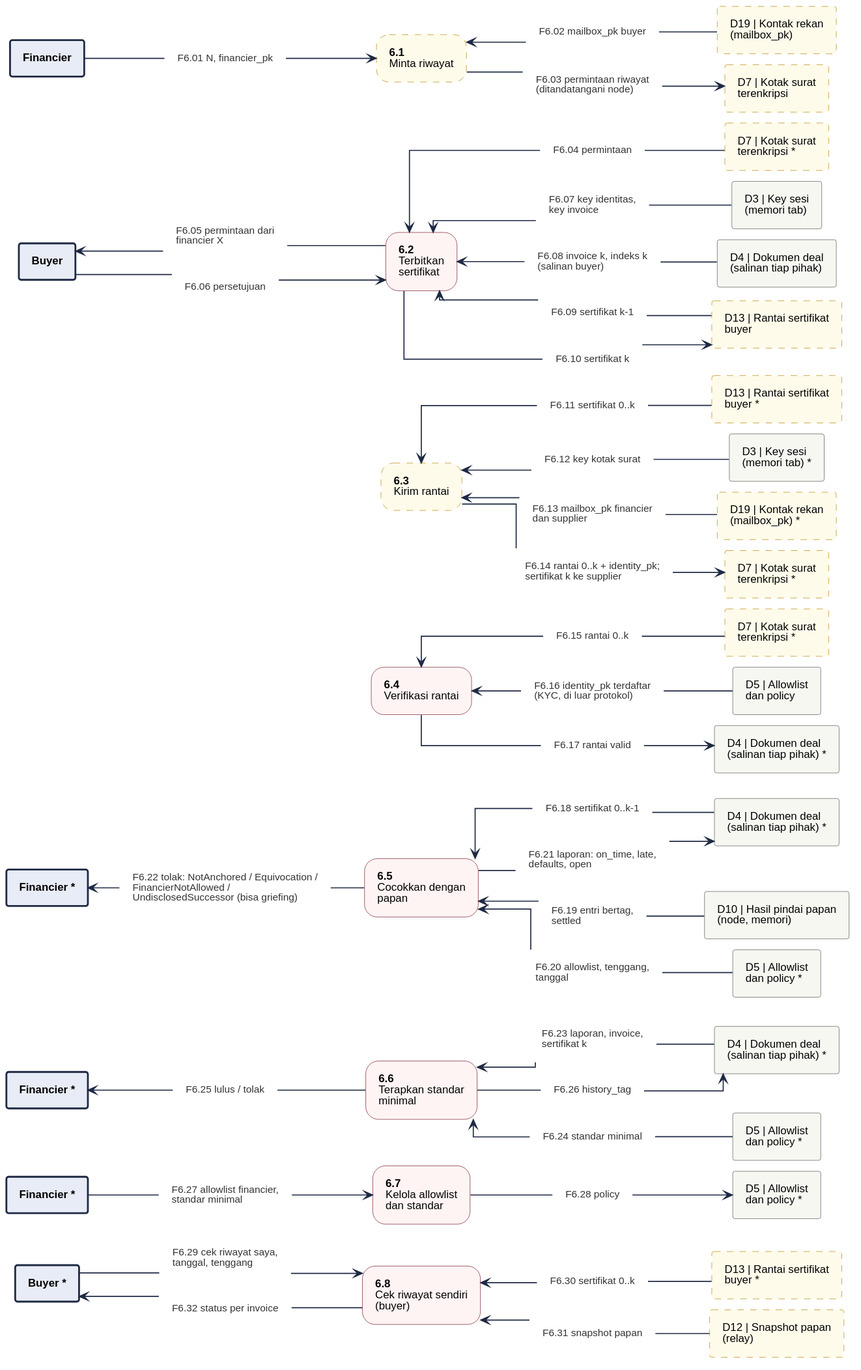
Before: 08-FlowDiagrams/assets/dfd-2-6.svg, a diagram exported from PlantUML (JitsuinFi/jitsuinfi-vault).
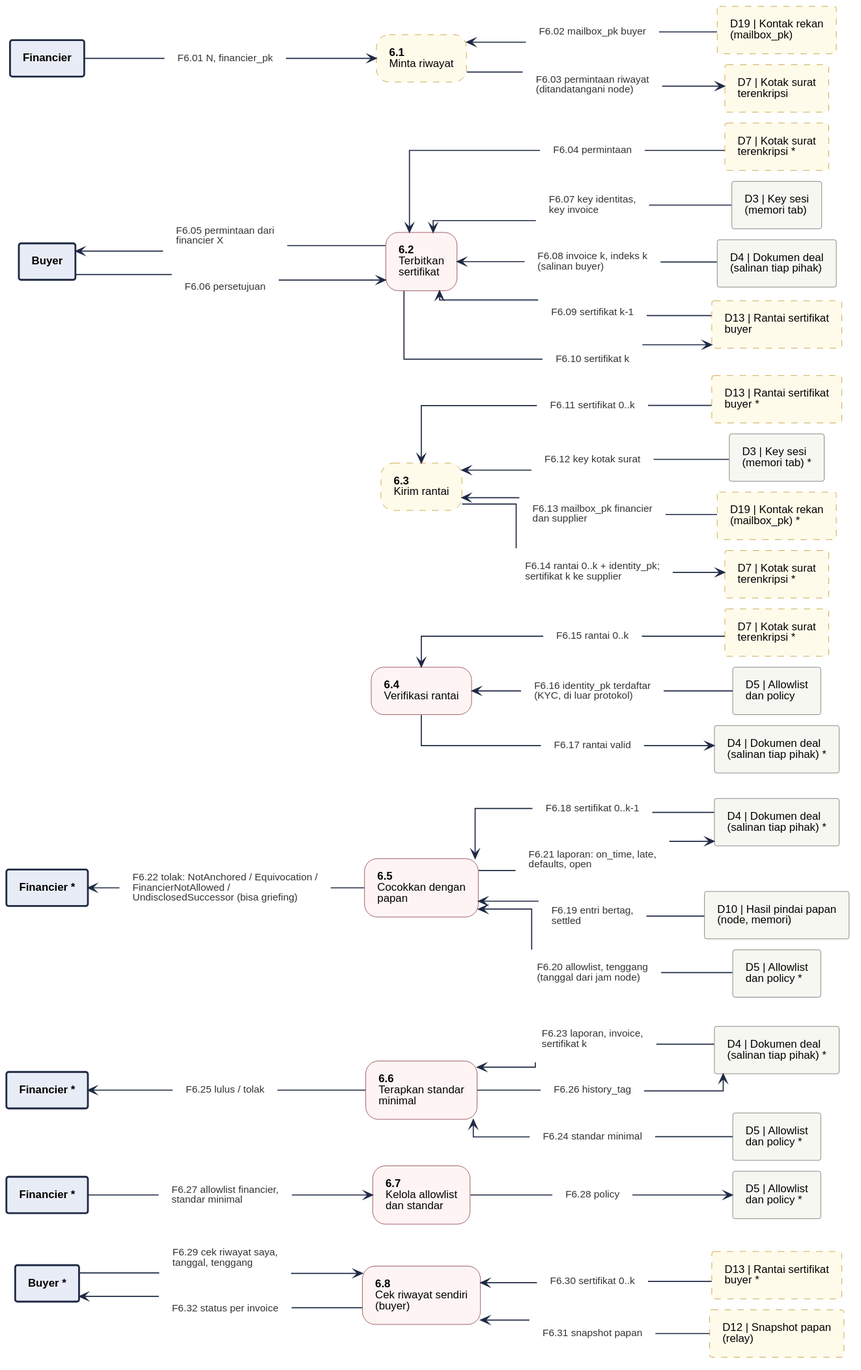
The same file after the commit.

The edit, as a diff of the source:
```diff
@@ -57,7 +57,7 @@
 rectangle "F6.17 rantai valid" <<flow>> as f_F6_17
 rectangle "F6.18 sertifikat 0..k-1" <<flow>> as f_F6_18
 rectangle "F6.19 entri bertag,\nsettled" <<flow>> as f_F6_19
-rectangle "F6.20 allowlist, tenggang,\ntanggal" <<flow>> as f_F6_20
+rectangle "F6.20 allowlist, tenggang\n(tanggal dari jam node)" <<flow>> as f_F6_20
 rectangle "F6.21 laporan: on_time, late,\ndefaults, open" <<flow>> as f_F6_21
 rectangle "F6.22 tolak: NotAnchored / Equivocation /\nFinancierNotAllowed /\nUndisclosedSuccessor (bisa griefing)" <<flow>> as f_F6_22
 rectangle "F6.23 laporan, invoice,\nsertifikat k" <<flow>> as f_F6_23
```
